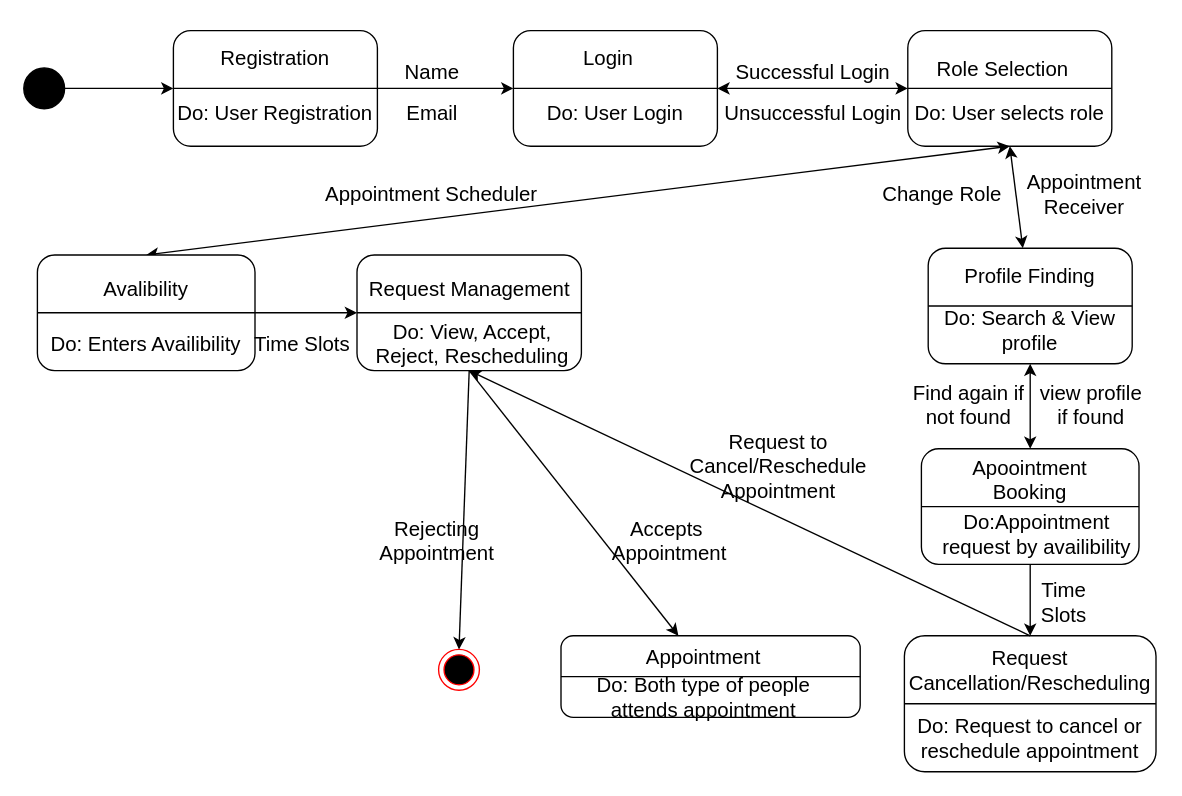
Before: StateDiagram v1.drawio in Yash7200/CP-1, a draw.io diagram. Source tidied: cells renumbered, new cells numbered last; positions are measured from the earlier drawing's top-left corner, leaving out a move shared by most shapes. Both pictures are drawn from the tidied source at 136%, with x=0, y=0 at pixel (23, 23).
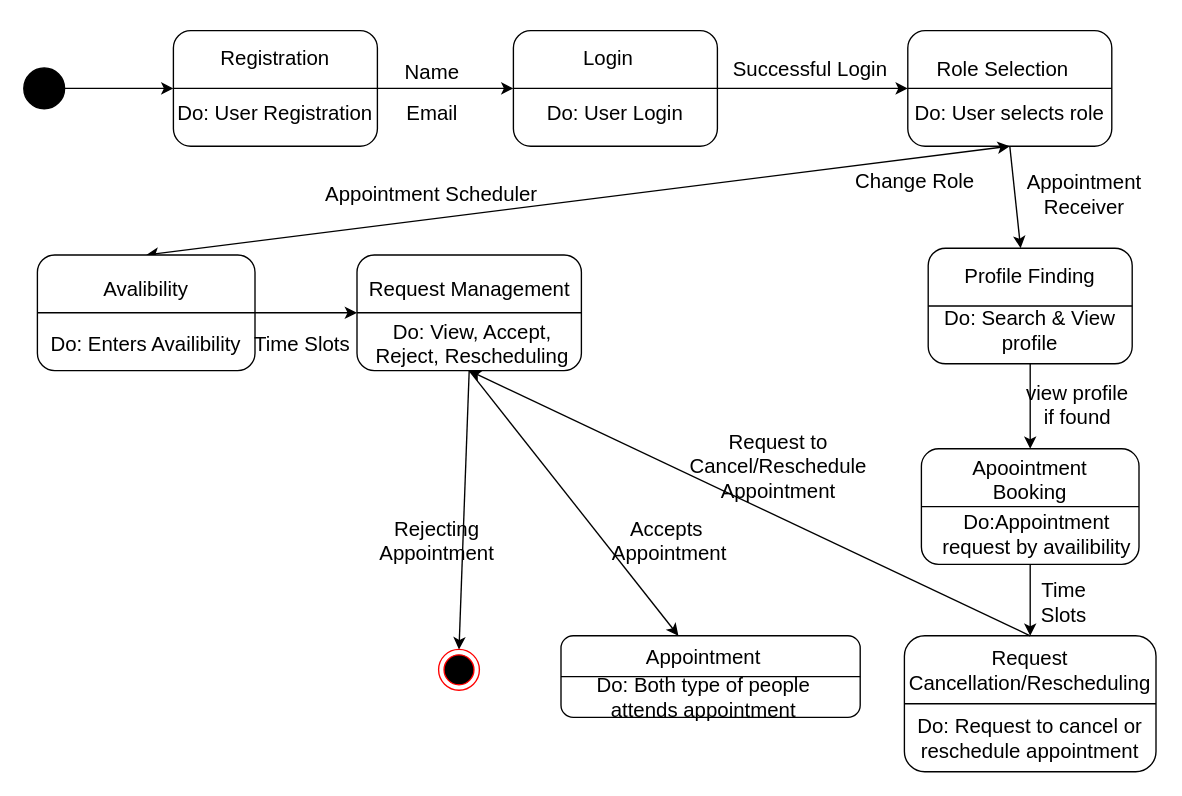
After the change.

The change refers to these unchanged cells:
```xml
<mxCell id="9" style="rounded=1;whiteSpace=wrap;html=1;fontSize=12;fontColor=#000000;verticalAlign=top;" parent="1" vertex="1">
  <mxGeometry x="360" y="5" width="150" height="85" as="geometry" />
</mxCell>
<mxCell id="17" style="rounded=1;whiteSpace=wrap;html=1;fontSize=12;fontColor=#000000;verticalAlign=top;" parent="1" vertex="1">
  <mxGeometry x="650" y="5" width="150" height="85" as="geometry" />
</mxCell>
<mxCell id="39" style="rounded=1;whiteSpace=wrap;html=1;strokeColor=default;fontSize=15;fontColor=#000000;fillColor=default;" parent="1" vertex="1">
  <mxGeometry x="665" y="165" width="150" height="85" as="geometry" />
</mxCell>
<mxCell id="43" style="rounded=1;whiteSpace=wrap;html=1;fontSize=12;fontColor=#000000;verticalAlign=top;" parent="1" vertex="1">
  <mxGeometry x="660" y="312.5" width="160" height="85" as="geometry" />
</mxCell>
```

The edit, as a diff of the source:
```diff
@@
-    <mxCell id="16" style="endArrow=classic;startArrow=classic;html=1;rounded=0;labelBorderColor=none;strokeColor=#000000;fontSize=15;fontColor=#000000;entryX=0;entryY=0.5;entryDx=0;entryDy=0;" parent="1" edge="1" source="9" target="17">
-      <mxGeometry relative="1" as="geometry" />
-    </mxCell>
@@
     <mxCell id="21" value="Successful Login" style="text;html=1;align=center;verticalAlign=middle;strokeColor=none;fillColor=none;fontSize=15;fontColor=#000000;" parent="1" vertex="1">
-      <mxGeometry x="510" y="20" width="140" height="30" as="geometry" />
+      <mxGeometry x="507.5" y="17.5" width="140" height="30" as="geometry" />
     </mxCell>
-    <mxCell id="22" value="Unsuccessful Login" style="text;html=1;align=center;verticalAlign=middle;strokeColor=none;fillColor=none;fontSize=15;fontColor=#000000;" parent="1" vertex="1">
-      <mxGeometry x="505" y="50" width="150" height="30" as="geometry" />
-    </mxCell>
-    <mxCell id="23" style="endArrow=classic;startArrow=classic;html=1;rounded=0;labelBorderColor=none;strokeColor=#000000;fontSize=12;fontColor=#000000;exitX=0.5;exitY=1;exitDx=0;exitDy=0;" parent="1" edge="1" source="17" target="39">
-      <mxGeometry relative="1" as="geometry" />
-    </mxCell>
@@
     <mxCell id="25" value="Change Role" style="text;html=1;align=center;verticalAlign=middle;strokeColor=none;fillColor=none;fontSize=15;fontColor=#000000;" parent="1" vertex="1">
-      <mxGeometry x="620" y="110" width="110" height="30" as="geometry" />
+      <mxGeometry x="600" y="100" width="110" height="30" as="geometry" />
     </mxCell>
@@
-    <mxCell id="44" style="endArrow=classic;startArrow=classic;html=1;rounded=0;labelBorderColor=none;strokeColor=#000000;fontSize=15;fontColor=#000000;entryX=0.5;entryY=1;entryDx=0;entryDy=0;exitX=0.5;exitY=0;exitDx=0;exitDy=0;" parent="1" edge="1" source="43" target="39">
-      <mxGeometry relative="1" as="geometry" />
-    </mxCell>
@@
     <mxCell id="47" value="view profile if found" style="text;html=1;strokeColor=none;fillColor=none;align=center;verticalAlign=middle;whiteSpace=wrap;rounded=0;fontSize=15;fontColor=#000000;" parent="1" vertex="1">
-      <mxGeometry x="745" y="260" width="80" height="40" as="geometry" />
+      <mxGeometry x="735" y="260" width="80" height="40" as="geometry" />
     </mxCell>
@@
-    <mxCell id="49" value="Find again if not found" style="text;html=1;strokeColor=none;fillColor=none;align=center;verticalAlign=middle;whiteSpace=wrap;rounded=0;fontSize=15;fontColor=#000000;" parent="1" vertex="1">
-      <mxGeometry x="650" y="265" width="90" height="30" as="geometry" />
-    </mxCell>
@@
+    <mxCell id="65" style="endArrow=classic;html=1;rounded=0;exitX=0.5;exitY=1;exitDx=0;exitDy=0;entryX=0.5;entryY=0;entryDx=0;entryDy=0;" parent="1" edge="1" source="39" target="43">
+      <mxGeometry relative="1" as="geometry" />
+    </mxCell>
+    <mxCell id="16" style="endArrow=classic;html=1;rounded=0;entryX=0;entryY=0.5;entryDx=0;entryDy=0;exitX=1;exitY=0.5;exitDx=0;exitDy=0;" parent="1" edge="1" source="9" target="17">
+      <mxGeometry relative="1" as="geometry" />
+    </mxCell>
+    <mxCell id="23" style="endArrow=classic;html=1;rounded=0;exitX=0.5;exitY=1;exitDx=0;exitDy=0;entryX=0.453;entryY=0;entryDx=0;entryDy=0;entryPerimeter=0;" parent="1" edge="1" source="17" target="39">
+      <mxGeometry relative="1" as="geometry" />
+    </mxCell>
```
